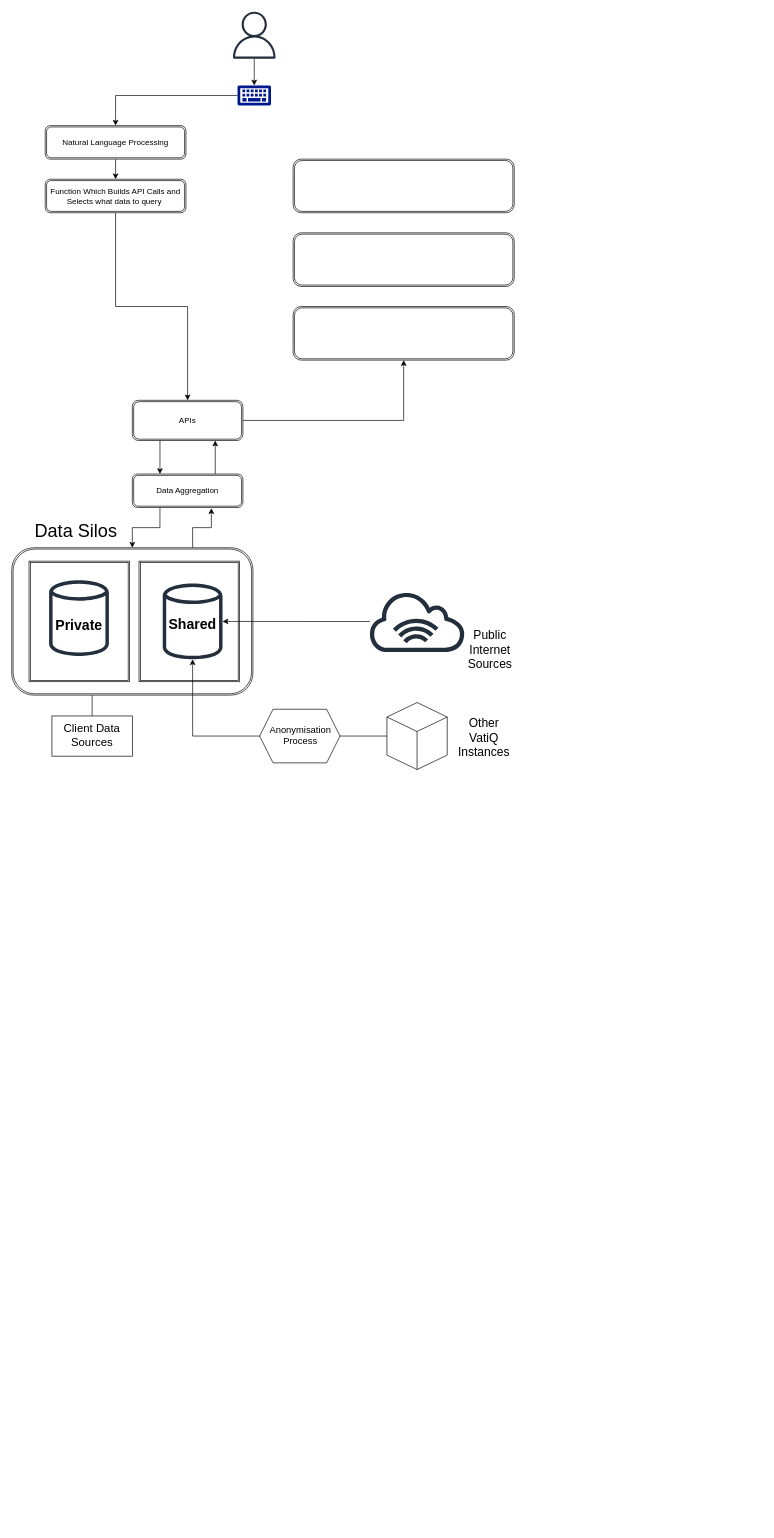
This is Untitled Diagram.drawio from jordan-lazarus/jordan-lazarus, a draw.io file, before an edit. Source tidied: cells renumbered, new cells numbered last; positions are measured from the earlier drawing's top-left corner, leaving out a move shared by most shapes. Both pictures are drawn from the tidied source at 67%, with x=0, y=0 at pixel (11, 11). Pictures stored in the file or linked from it are replaced by grey dashed boxes.
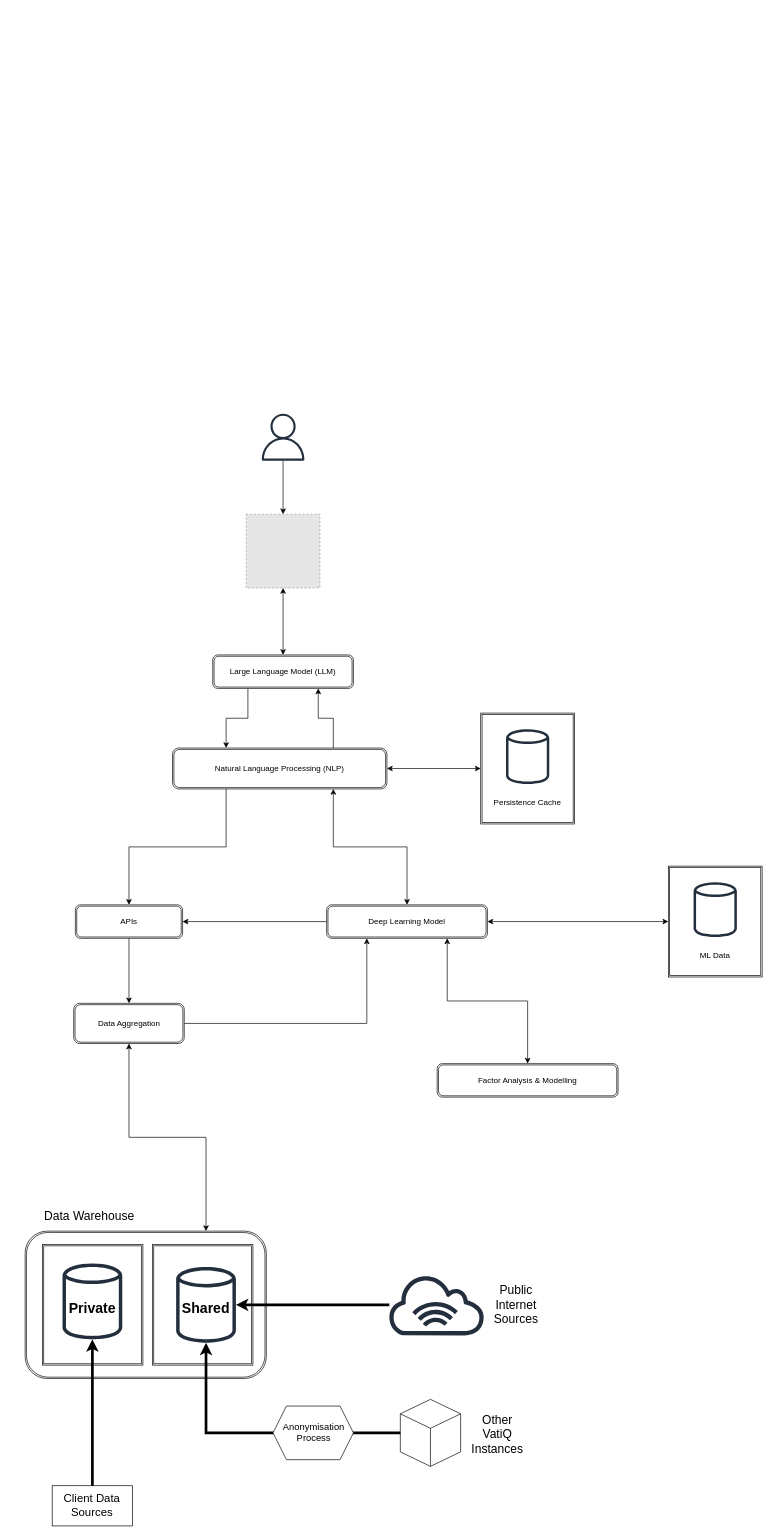
After the change.

The change refers to these unchanged cells:
```xml
<mxCell id="9" style="shape=ext;double=1;rounded=1;whiteSpace=wrap;html=1;" parent="8" vertex="1">
  <mxGeometry y="40" width="360" height="220" as="geometry" />
</mxCell>
<mxCell id="15" style="sketch=0;outlineConnect=0;fontColor=#000000;gradientColor=none;fillColor=#232F3D;strokeColor=none;dashed=0;verticalLabelPosition=bottom;verticalAlign=top;align=center;html=1;fontSize=12;fontStyle=0;shape=mxgraph.aws4.generic_database;" parent="8" vertex="1">
  <mxGeometry x="55.8" y="86" width="89.2" height="118" as="geometry" />
</mxCell>
<mxCell id="16" style="sketch=0;outlineConnect=0;fontColor=#000000;gradientColor=none;fillColor=#232F3D;strokeColor=none;dashed=0;verticalLabelPosition=bottom;verticalAlign=top;align=center;html=1;fontSize=12;fontStyle=0;shape=mxgraph.aws4.generic_database;" parent="8" vertex="1">
  <mxGeometry x="225.4" y="91" width="89.2" height="118" as="geometry" />
</mxCell>
```

The edit, as a diff of the source:
```diff
@@
-    <mxCell id="2" style="edgeStyle=orthogonalEdgeStyle;rounded=0;jettySize=auto;html=1;" parent="1" edge="1" source="3" target="15">
-      <mxGeometry relative="1" as="geometry" />
-    </mxCell>
     <mxCell id="3" value="Client Data Sources" style="rounded=0;whiteSpace=wrap;html=1;fontSize=17;" parent="1" vertex="1">
-      <mxGeometry x="60" y="1051.1" width="120" height="60" as="geometry" />
+      <mxGeometry x="60.4" y="2200" width="120" height="60" as="geometry" />
     </mxCell>
-    <mxCell id="4" style="sketch=0;outlineConnect=0;fontColor=#000000;gradientColor=none;fillColor=#232F3D;strokeColor=none;dashed=0;verticalLabelPosition=bottom;verticalAlign=top;align=center;html=1;fontSize=12;fontStyle=0;shape=mxgraph.aws4.internet_alt1;" parent="1" vertex="1">
-      <mxGeometry x="531" y="864.5" width="148" height="91.1" as="geometry" />
-    </mxCell>
     <mxCell id="5" style="html=1;whiteSpace=wrap;shape=isoCube2;backgroundOutline=1;isoAngle=15;" parent="1" vertex="1">
-      <mxGeometry x="560" y="1031.1" width="90" height="100" as="geometry" />
+      <mxGeometry x="580" y="2071.1" width="90" height="100" as="geometry" />
     </mxCell>
     <mxCell id="6" value="Other VatiQ Instances" style="text;html=1;strokeColor=none;fillColor=none;align=center;verticalAlign=middle;whiteSpace=wrap;rounded=0;fontSize=18;" parent="1" vertex="1">
-      <mxGeometry x="660" y="1051.1" width="90" height="66.1" as="geometry" />
+      <mxGeometry x="680" y="2091.1" width="90" height="66.1" as="geometry" />
     </mxCell>
-    <mxCell id="7" value="Public Internet Sources" style="text;html=1;strokeColor=none;fillColor=none;align=center;verticalAlign=middle;whiteSpace=wrap;rounded=0;fontSize=18;" parent="1" vertex="1">
-      <mxGeometry x="669" y="920" width="90" height="66.1" as="geometry" />
-    </mxCell>
-    <mxCell id="8" style="group;" parent="1" vertex="1">
-      <mxGeometry y="760" width="360" height="260" as="geometry" />
+    <mxCell id="8" style="group;fontSize=10;" parent="1" vertex="1">
+      <mxGeometry x="20" y="1780" width="360" height="260" as="geometry" />
     </mxCell>
@@
-    <mxCell id="12" value="Data Silos" style="text;html=1;strokeColor=none;fillColor=none;align=center;verticalAlign=middle;whiteSpace=wrap;rounded=0;fontSize=27;" parent="8" vertex="1">
+    <mxCell id="12" value="&lt;font style=&quot;font-size: 18px;&quot;&gt;Data Warehouse&lt;/font&gt;" style="text;html=1;strokeColor=none;fillColor=none;align=center;verticalAlign=middle;whiteSpace=wrap;rounded=0;fontSize=27;" parent="8" vertex="1">
       <mxGeometry x="25.8" width="140" height="30" as="geometry" />
     </mxCell>
@@
-    <mxCell id="17" style="edgeStyle=orthogonalEdgeStyle;rounded=0;jettySize=auto;html=1;" parent="1" edge="1" source="4" target="16">
+    <mxCell id="17" style="edgeStyle=orthogonalEdgeStyle;rounded=0;jettySize=auto;html=1;strokeWidth=4;" parent="1" edge="1" source="4" target="16">
       <mxGeometry relative="1" as="geometry" />
     </mxCell>
-    <mxCell id="18" style="edgeStyle=orthogonalEdgeStyle;rounded=0;jettySize=auto;html=1;" parent="1" edge="1" source="5" target="16">
+    <mxCell id="18" style="edgeStyle=orthogonalEdgeStyle;rounded=0;jettySize=auto;html=1;strokeWidth=4;" parent="1" edge="1" source="5" target="16">
       <mxGeometry relative="1" as="geometry" />
     </mxCell>
     <mxCell id="19" style="shape=hexagon;perimeter=hexagonPerimeter2;whiteSpace=wrap;html=1;fixedSize=1;" parent="1" vertex="1">
-      <mxGeometry x="370" y="1041.1" width="120" height="80" as="geometry" />
+      <mxGeometry x="390" y="2081.1" width="120" height="80" as="geometry" />
     </mxCell>
     <mxCell id="20" value="Anonymisation Process" style="text;html=1;strokeColor=none;fillColor=none;align=center;verticalAlign=middle;whiteSpace=wrap;rounded=0;fontSize=14;" parent="1" vertex="1">
-      <mxGeometry x="401" y="1065" width="60" height="30" as="geometry" />
+      <mxGeometry x="421" y="2105" width="60" height="30" as="geometry" />
     </mxCell>
-    <mxCell id="21" style="edgeStyle=orthogonalEdgeStyle;rounded=0;jettySize=auto;html=1;entryX=0.5;entryY=0;entryDx=0;entryDy=0;entryPerimeter=0;" parent="1" edge="1" source="22" target="24">
+    <mxCell id="21" style="edgeStyle=orthogonalEdgeStyle;rounded=0;jettySize=auto;html=1;entryX=0.5;entryY=0;entryDx=0;entryDy=0;" parent="1" edge="1" source="22" target="45">
       <mxGeometry relative="1" as="geometry" />
     </mxCell>
     <mxCell id="22" style="sketch=0;outlineConnect=0;fontColor=#232F3E;gradientColor=none;fillColor=#232F3D;strokeColor=none;dashed=0;verticalLabelPosition=bottom;verticalAlign=top;align=center;html=1;fontSize=12;fontStyle=0;shape=mxgraph.aws4.user;" parent="1" vertex="1">
-      <mxGeometry x="327" width="70" height="70" as="geometry" />
+      <mxGeometry x="370" y="600" width="70" height="70" as="geometry" />
     </mxCell>
-    <mxCell id="23" style="edgeStyle=orthogonalEdgeStyle;rounded=0;jettySize=auto;html=1;" parent="1" edge="1" source="24" target="37">
-      <mxGeometry relative="1" as="geometry" />
-    </mxCell>
-    <mxCell id="24" style="sketch=0;shadow=0;dashed=0;html=1;strokeColor=none;labelPosition=center;verticalLabelPosition=bottom;verticalAlign=top;align=center;fillColor=#00188D;shape=mxgraph.mscae.enterprise.keyboard;" parent="1" vertex="1">
-      <mxGeometry x="337" y="110" width="50" height="30" as="geometry" />
-    </mxCell>
-    <mxCell id="25" style="shape=ext;double=1;rounded=1;whiteSpace=wrap;html=1;" parent="1" vertex="1">
-      <mxGeometry x="420" y="330" width="330" height="80" as="geometry" />
-    </mxCell>
-    <mxCell id="26" style="shape=ext;double=1;rounded=1;whiteSpace=wrap;html=1;" parent="1" vertex="1">
-      <mxGeometry x="420" y="440" width="330" height="80" as="geometry" />
-    </mxCell>
-    <mxCell id="27" style="edgeStyle=orthogonalEdgeStyle;rounded=0;jettySize=auto;html=1;exitX=0.75;exitY=0;exitDx=0;exitDy=0;entryX=0.75;entryY=1;entryDx=0;entryDy=0;" parent="1" edge="1" source="29" target="32">
-      <mxGeometry relative="1" as="geometry" />
-    </mxCell>
-    <mxCell id="28" style="edgeStyle=orthogonalEdgeStyle;rounded=0;jettySize=auto;html=1;exitX=0.25;exitY=1;exitDx=0;exitDy=0;entryX=0.5;entryY=0;entryDx=0;entryDy=0;" parent="1" edge="1" source="29" target="9">
-      <mxGeometry relative="1" as="geometry" />
-    </mxCell>
+    <mxCell id="39" style="edgeStyle=orthogonalEdgeStyle;rounded=0;jettySize=auto;html=1;entryX=0.25;entryY=1;entryDx=0;entryDy=0;" parent="1" edge="1" source="29" target="49">
+      <mxGeometry relative="1" as="geometry" />
+    </mxCell>
     <mxCell id="29" value="Data Aggregation" style="shape=ext;double=1;rounded=1;whiteSpace=wrap;html=1;" parent="1" vertex="1">
-      <mxGeometry x="180" y="690" width="165" height="50" as="geometry" />
+      <mxGeometry x="92.5" y="1480" width="165" height="60" as="geometry" />
     </mxCell>
-    <mxCell id="30" style="edgeStyle=orthogonalEdgeStyle;rounded=0;jettySize=auto;html=1;exitX=0.25;exitY=1;exitDx=0;exitDy=0;entryX=0.25;entryY=0;entryDx=0;entryDy=0;" parent="1" edge="1" source="32" target="29">
+    <mxCell id="30" style="edgeStyle=orthogonalEdgeStyle;rounded=0;jettySize=auto;html=1;exitX=0.5;exitY=1;exitDx=0;exitDy=0;entryX=0.5;entryY=0;entryDx=0;entryDy=0;" parent="1" edge="1" source="32" target="29">
       <mxGeometry relative="1" as="geometry" />
     </mxCell>
-    <mxCell id="31" style="edgeStyle=orthogonalEdgeStyle;rounded=0;jettySize=auto;html=1;exitX=1;exitY=0.5;exitDx=0;exitDy=0;entryX=0.5;entryY=1;entryDx=0;entryDy=0;" parent="1" edge="1" source="32" target="26">
-      <mxGeometry relative="1" as="geometry" />
-    </mxCell>
     <mxCell id="32" value="APIs" style="shape=ext;double=1;rounded=1;whiteSpace=wrap;html=1;" parent="1" vertex="1">
-      <mxGeometry x="180" y="580" width="165" height="60" as="geometry" />
+      <mxGeometry x="95" y="1333" width="160" height="50" as="geometry" />
     </mxCell>
-    <mxCell id="33" style="shape=ext;double=1;rounded=1;whiteSpace=wrap;html=1;" parent="1" vertex="1">
-      <mxGeometry x="420" y="220" width="330" height="80" as="geometry" />
-    </mxCell>
+    <mxCell id="40" style="edgeStyle=orthogonalEdgeStyle;rounded=0;jettySize=auto;html=1;entryX=0.75;entryY=1;entryDx=0;entryDy=0;exitX=0.75;exitY=0;exitDx=0;exitDy=0;" parent="1" edge="1" source="37" target="43">
+      <mxGeometry relative="1" as="geometry" />
+    </mxCell>
-    <mxCell id="34" style="edgeStyle=orthogonalEdgeStyle;rounded=0;jettySize=auto;html=1;exitX=0.5;exitY=1;exitDx=0;exitDy=0;" parent="1" edge="1" source="35" target="32">
+    <mxCell id="34" style="edgeStyle=orthogonalEdgeStyle;rounded=0;jettySize=auto;html=1;exitX=0.25;exitY=1;exitDx=0;exitDy=0;" parent="1" edge="1" source="37" target="32">
       <mxGeometry relative="1" as="geometry" />
     </mxCell>
-    <mxCell id="35" value="Function Which Builds API Calls and Selects what data to query&amp;nbsp;" style="shape=ext;double=1;rounded=1;whiteSpace=wrap;html=1;" parent="1" vertex="1">
-      <mxGeometry x="50" y="250" width="210" height="50" as="geometry" />
-    </mxCell>
-    <mxCell id="36" style="edgeStyle=orthogonalEdgeStyle;rounded=0;jettySize=auto;html=1;exitX=0.5;exitY=1;exitDx=0;exitDy=0;entryX=0.5;entryY=0;entryDx=0;entryDy=0;" parent="1" edge="1" source="37" target="35">
-      <mxGeometry relative="1" as="geometry" />
-    </mxCell>
+    <mxCell id="41" style="edgeStyle=orthogonalEdgeStyle;rounded=0;jettySize=auto;html=1;exitX=1;exitY=0.5;exitDx=0;exitDy=0;entryX=0;entryY=0.5;entryDx=0;entryDy=0;startArrow=classic;startFill=1;" parent="1" edge="1" source="37" target="54">
+      <mxGeometry relative="1" as="geometry" />
+    </mxCell>
-    <mxCell id="37" value="Natural Language Processing" style="shape=ext;double=1;rounded=1;whiteSpace=wrap;html=1;" parent="1" vertex="1">
-      <mxGeometry x="50" y="170" width="210" height="50" as="geometry" />
+    <mxCell id="37" value="Natural Language Processing (NLP)" style="shape=ext;double=1;rounded=1;whiteSpace=wrap;html=1;" parent="1" vertex="1">
+      <mxGeometry x="240" y="1099" width="320" height="61" as="geometry" />
     </mxCell>
+    <mxCell id="42" style="edgeStyle=orthogonalEdgeStyle;rounded=0;jettySize=auto;html=1;exitX=0.25;exitY=1;exitDx=0;exitDy=0;entryX=0.25;entryY=0;entryDx=0;entryDy=0;" parent="1" edge="1" source="43" target="37">
+      <mxGeometry relative="1" as="geometry" />
+    </mxCell>
+    <mxCell id="43" value="Large Language Model (LLM)" style="shape=ext;double=1;rounded=1;whiteSpace=wrap;html=1;" parent="1" vertex="1">
+      <mxGeometry x="300" y="960" width="210" height="50" as="geometry" />
+    </mxCell>
+    <mxCell id="44" style="edgeStyle=orthogonalEdgeStyle;rounded=0;jettySize=auto;html=1;startArrow=classic;startFill=1;" parent="1" edge="1" source="45" target="43">
+      <mxGeometry relative="1" as="geometry" />
+    </mxCell>
+    <mxCell id="45" style="fillColor=#E6E6E6;strokeColor=#999999;dashed=1;html=1;verticalAlign=top;verticalLabelPosition=bottom;labelBackgroundColor=#ffffff;" parent="1" vertex="1">
+      <mxGeometry x="350" y="750" width="110" height="110" as="geometry" />
+    </mxCell>
+    <mxCell id="2" style="edgeStyle=orthogonalEdgeStyle;rounded=0;jettySize=auto;html=1;strokeWidth=4;" parent="1" edge="1" source="3" target="15">
+      <mxGeometry relative="1" as="geometry" />
+    </mxCell>
-    <mxCell id="38" style="edgeStyle=orthogonalEdgeStyle;rounded=0;jettySize=auto;html=1;exitX=0.75;exitY=0;exitDx=0;exitDy=0;entryX=0.715;entryY=1.02;entryDx=0;entryDy=0;entryPerimeter=0;" parent="1" edge="1" source="9" target="29">
+    <mxCell id="38" style="edgeStyle=orthogonalEdgeStyle;rounded=0;jettySize=auto;html=1;exitX=0.75;exitY=0;exitDx=0;exitDy=0;entryX=0.5;entryY=1;entryDx=0;entryDy=0;startArrow=classic;startFill=1;" parent="1" edge="1" source="9" target="29">
       <mxGeometry relative="1" as="geometry" />
     </mxCell>
+    <mxCell id="46" style="edgeStyle=orthogonalEdgeStyle;rounded=0;jettySize=auto;html=1;entryX=0.75;entryY=1;entryDx=0;entryDy=0;startArrow=classic;startFill=1;" parent="1" edge="1" source="49" target="37">
+      <mxGeometry relative="1" as="geometry" />
+    </mxCell>
+    <mxCell id="47" style="edgeStyle=orthogonalEdgeStyle;rounded=0;jettySize=auto;html=1;exitX=0;exitY=0.5;exitDx=0;exitDy=0;" parent="1" edge="1" source="49" target="32">
+      <mxGeometry relative="1" as="geometry" />
+    </mxCell>
+    <mxCell id="48" style="edgeStyle=orthogonalEdgeStyle;rounded=0;jettySize=auto;html=1;startArrow=classic;startFill=1;entryX=0;entryY=0.5;entryDx=0;entryDy=0;" parent="1" edge="1" source="49" target="57">
+      <mxGeometry relative="1" as="geometry" />
+    </mxCell>
+    <mxCell id="49" value="Deep Learning Model" style="shape=ext;double=1;rounded=1;whiteSpace=wrap;html=1;" parent="1" vertex="1">
+      <mxGeometry x="470" y="1333" width="240" height="50" as="geometry" />
+    </mxCell>
+    <mxCell id="50" style="edgeStyle=orthogonalEdgeStyle;rounded=0;jettySize=auto;html=1;exitX=0.5;exitY=0;exitDx=0;exitDy=0;entryX=0.75;entryY=1;entryDx=0;entryDy=0;startArrow=classic;startFill=1;" parent="1" edge="1" source="52" target="49">
+      <mxGeometry relative="1" as="geometry" />
+    </mxCell>
+    <mxCell id="51" style="group;" parent="1" vertex="1">
+      <mxGeometry x="560" y="1884.5" width="238" height="91.1" as="geometry" />
+    </mxCell>
+    <mxCell id="4" style="sketch=0;outlineConnect=0;fontColor=#000000;gradientColor=none;fillColor=#232F3D;strokeColor=none;dashed=0;verticalLabelPosition=bottom;verticalAlign=top;align=center;html=1;fontSize=12;fontStyle=0;shape=mxgraph.aws4.internet_alt1;" parent="51" vertex="1">
+      <mxGeometry width="148" height="91.1" as="geometry" />
+    </mxCell>
+    <mxCell id="7" value="Public Internet Sources" style="text;html=1;strokeColor=none;fillColor=none;align=center;verticalAlign=middle;whiteSpace=wrap;rounded=0;fontSize=18;" parent="51" vertex="1">
+      <mxGeometry x="148" y="12.5" width="90" height="66.1" as="geometry" />
+    </mxCell>
+    <mxCell id="52" value="Factor Analysis &amp;amp; Modelling" style="shape=ext;double=1;rounded=1;whiteSpace=wrap;html=1;" parent="1" vertex="1">
+      <mxGeometry x="635" y="1570" width="270" height="50" as="geometry" />
+    </mxCell>
+    <mxCell id="53" style="group;" parent="1" vertex="1">
+      <mxGeometry x="700" y="1046.8" width="140" height="165.5" as="geometry" />
+    </mxCell>
+    <mxCell id="54" value="&lt;br&gt;&lt;br&gt;&lt;br&gt;&lt;br&gt;&lt;br&gt;&lt;br&gt;&lt;br&gt;Persistence Cache" style="shape=ext;double=1;rounded=0;whiteSpace=wrap;html=1;" parent="53" vertex="1">
+      <mxGeometry width="140" height="165.5" as="geometry" />
+    </mxCell>
+    <mxCell id="55" style="sketch=0;fontColor=#000000;gradientColor=none;fillColor=#232F3D;strokeColor=none;dashed=0;verticalLabelPosition=bottom;verticalAlign=top;align=center;html=1;fontSize=12;fontStyle=0;shape=mxgraph.aws4.generic_database;" parent="53" vertex="1">
+      <mxGeometry x="37.7" y="22.3" width="64.6" height="85.5" as="geometry" />
+    </mxCell>
+    <mxCell id="56" style="group;" parent="1" vertex="1">
+      <mxGeometry x="980" y="1275.2" width="140" height="165.5" as="geometry" />
+    </mxCell>
+    <mxCell id="57" value="&lt;br&gt;&lt;br&gt;&lt;br&gt;&lt;br&gt;&lt;br&gt;&lt;br&gt;&lt;br&gt;ML Data" style="shape=ext;double=1;rounded=0;whiteSpace=wrap;html=1;" parent="56" vertex="1">
+      <mxGeometry width="140" height="165.5" as="geometry" />
+    </mxCell>
+    <mxCell id="58" style="sketch=0;fontColor=#000000;gradientColor=none;fillColor=#232F3D;strokeColor=none;dashed=0;verticalLabelPosition=bottom;verticalAlign=top;align=center;html=1;fontSize=12;fontStyle=0;shape=mxgraph.aws4.generic_database;" parent="56" vertex="1">
+      <mxGeometry x="37.7" y="22.3" width="64.6" height="85.5" as="geometry" />
+    </mxCell>
```
